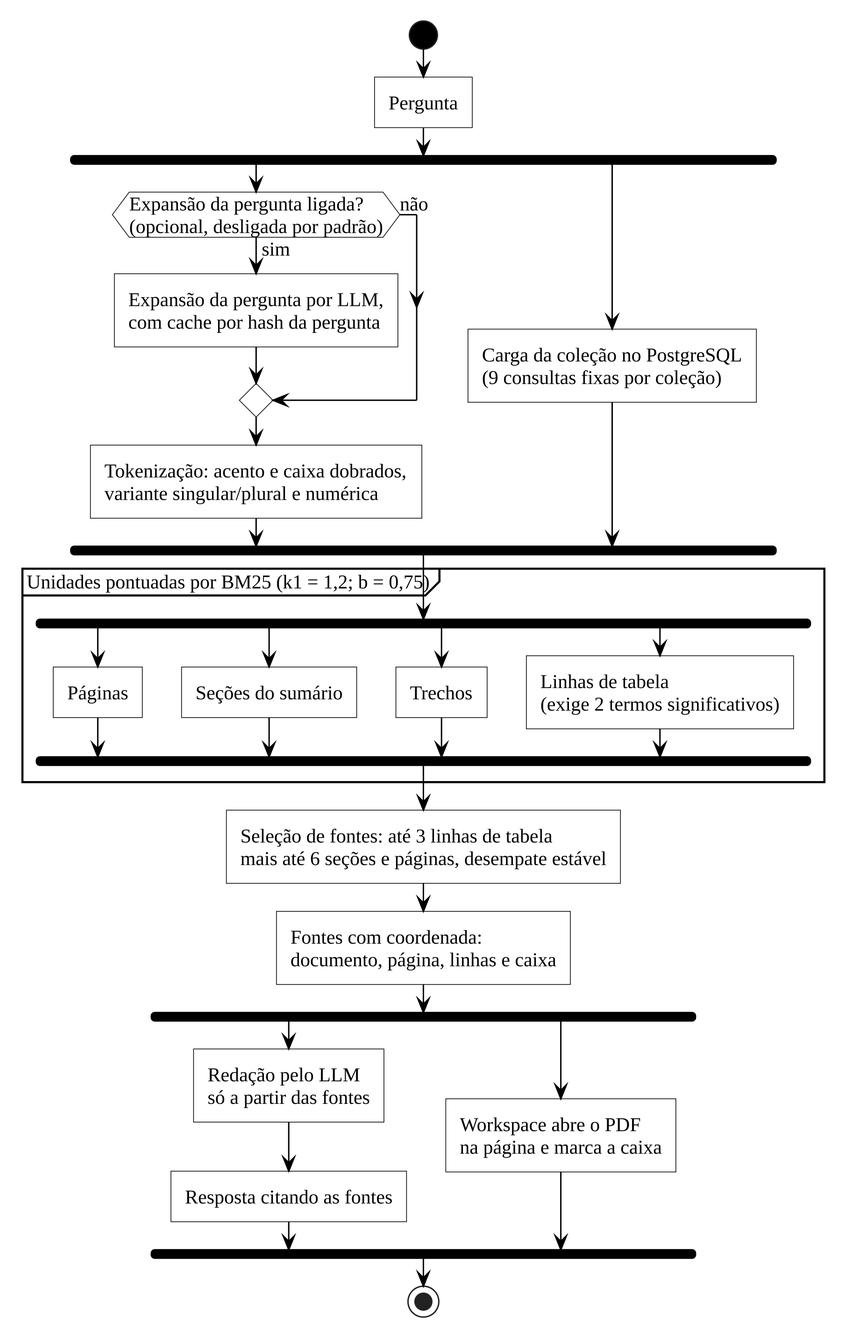
Above: docs/article/anexos/diagramas/recuperacao.png in EduardoMG12/ThingIndex (PlantUML), before the change. Its source is kept beside it as docs/article/anexos/diagramas/recuperacao.puml. Its diagram source:
```plantuml
@startuml
!include estilo.iuml
skinparam defaultFontSize 14

start
:Pergunta;
fork
  if (Expansão da pergunta ligada?\n(opcional, desligada por padrão)) then (sim)
    :Expansão da pergunta por LLM,
    com cache por hash da pergunta;
  else (não)
  endif
  :Tokenização: acento e caixa dobrados,
  variante singular/plural e numérica;
fork again
  :Carga da coleção no PostgreSQL
  (9 consultas fixas por coleção);
end fork
partition "Unidades pontuadas por BM25 (k1 = 1,2; b = 0,75)" {
  fork
    :Páginas;
  fork again
    :Seções do sumário;
  fork again
    :Trechos;
  fork again
    :Linhas de tabela
    (exige 2 termos significativos);
  end fork
}
:Seleção de fontes: até 3 linhas de tabela
mais até 6 seções e páginas, desempate estável;
:Fontes com coordenada:
documento, página, linhas e caixa;
fork
  :Redação pelo LLM
  só a partir das fontes;
  :Resposta citando as fontes;
fork again
  :Workspace abre o PDF
  na página e marca a caixa;
end fork
stop
@enduml
```
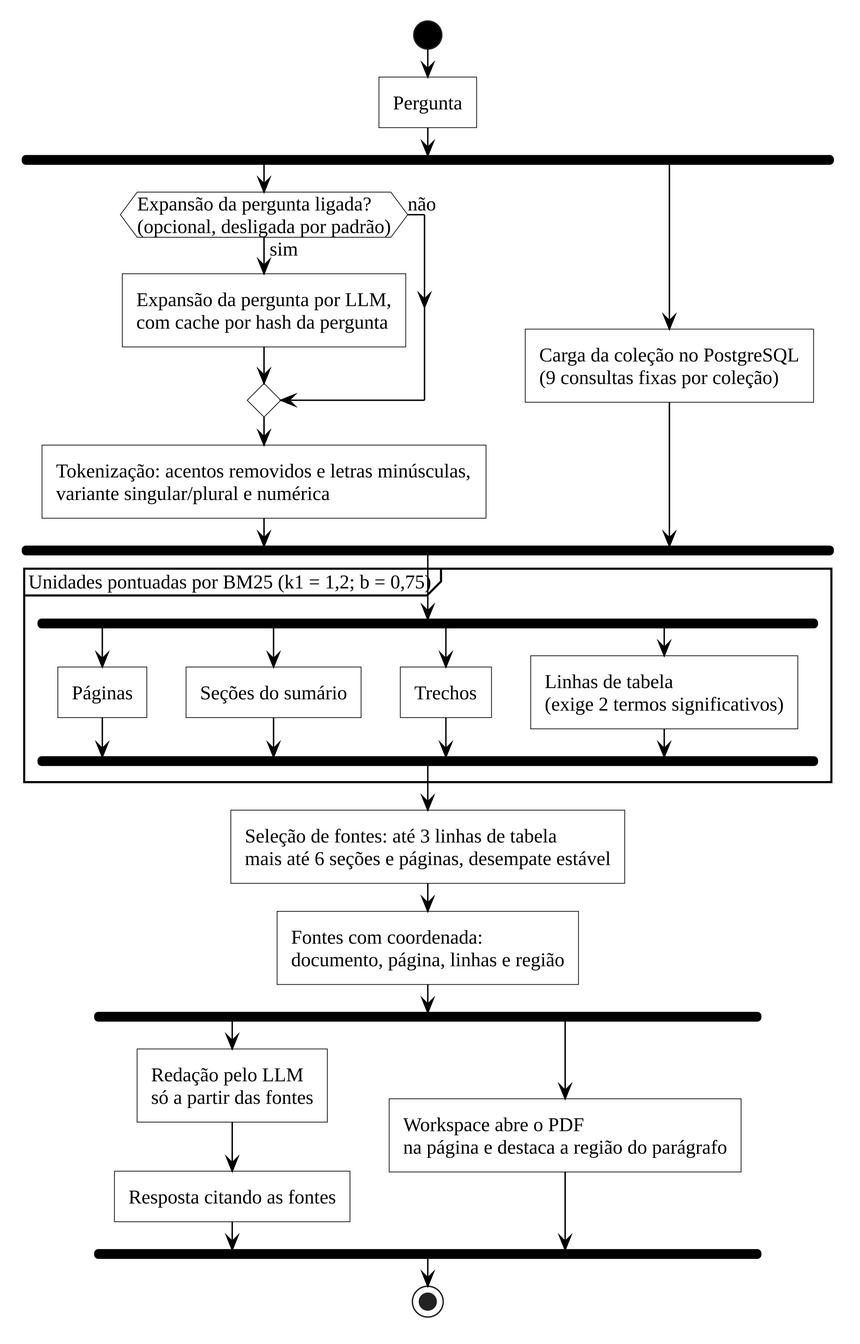
The same diagram one commit later.

What changed in the source:
```diff
@@ -10,7 +10,7 @@
     com cache por hash da pergunta;
   else (não)
   endif
-  :Tokenização: acento e caixa dobrados,
+  :Tokenização: acentos removidos e letras minúsculas,
   variante singular/plural e numérica;
 fork again
   :Carga da coleção no PostgreSQL
@@ -31,14 +31,14 @@
 :Seleção de fontes: até 3 linhas de tabela
 mais até 6 seções e páginas, desempate estável;
 :Fontes com coordenada:
-documento, página, linhas e caixa;
+documento, página, linhas e região;
 fork
   :Redação pelo LLM
   só a partir das fontes;
   :Resposta citando as fontes;
 fork again
   :Workspace abre o PDF
-  na página e marca a caixa;
+  na página e destaca a região do parágrafo;
 end fork
 stop
 @enduml
```
